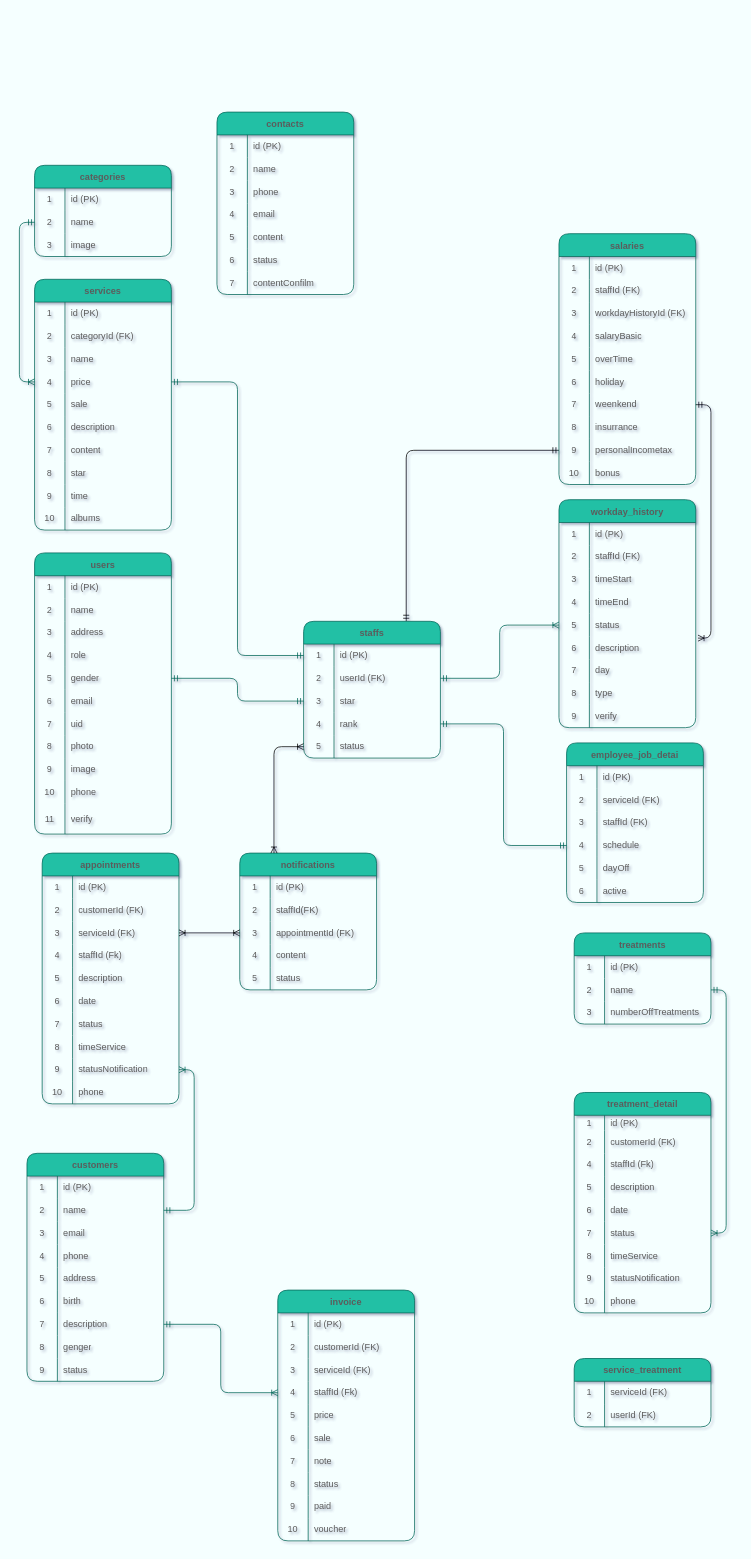
This is Diagram.drawio from Jarvis219/DATN_SERVER, a draw.io file, before an edit. Source tidied: cells renumbered, new cells numbered last; positions are measured from the earlier drawing's top-left corner, leaving out a move shared by most shapes. Both pictures are drawn from the tidied source at 76%, with x=0, y=0 at pixel (27, 112).
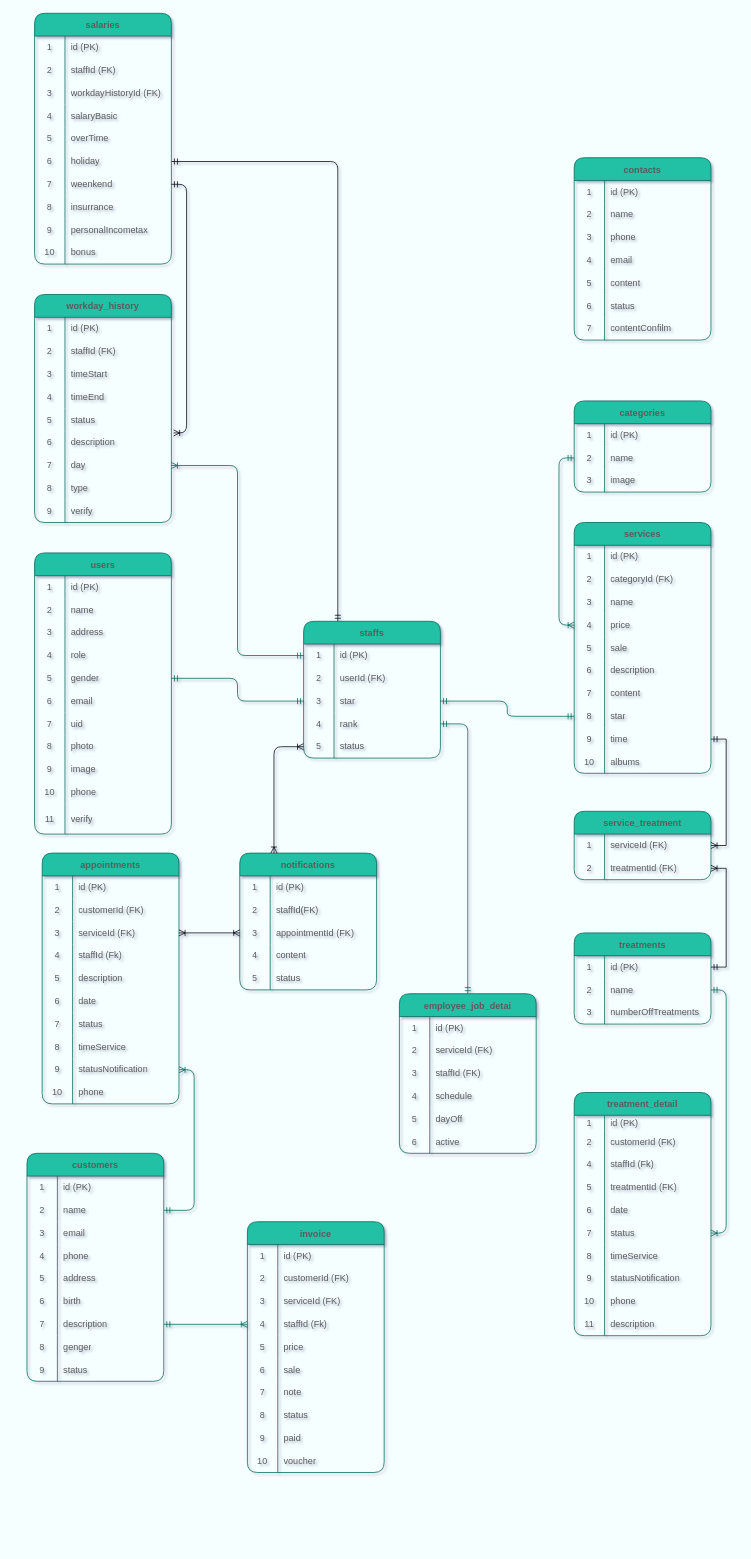
After the change.

Unchanged cells that the change refers to:
```xml
<mxCell id="37" value="staffs" style="shape=table;startSize=30;childLayout=tableLayout;rowLines=0;fontStyle=1;fillColor=#21C0A5;strokeColor=#006658;fontColor=#5C5C5C;rounded=1;" parent="1" vertex="1">
  <mxGeometry x="364" y="670" width="180" height="180" as="geometry" />
</mxCell>
<mxCell id="38" style="shape=tableRow;horizontal=0;startSize=0;swimlaneHead=0;swimlaneBody=0;top=0;left=0;bottom=0;right=0;fillColor=none;points=[[0,0.5],[1,0.5]];portConstraint=eastwest;strokeColor=#006658;fontColor=#5C5C5C;rounded=1;" parent="37" vertex="1">
  <mxGeometry y="30" width="180" height="30" as="geometry" />
</mxCell>
<mxCell id="41" style="shape=tableRow;horizontal=0;startSize=0;swimlaneHead=0;swimlaneBody=0;top=0;left=0;bottom=0;right=0;fillColor=none;points=[[0,0.5],[1,0.5]];portConstraint=eastwest;strokeColor=#006658;fontColor=#5C5C5C;rounded=1;" parent="37" vertex="1">
  <mxGeometry y="60" width="180" height="30" as="geometry" />
</mxCell>
<mxCell id="44" style="shape=tableRow;horizontal=0;startSize=0;swimlaneHead=0;swimlaneBody=0;top=0;left=0;bottom=0;right=0;fillColor=none;points=[[0,0.5],[1,0.5]];portConstraint=eastwest;strokeColor=#006658;fontColor=#5C5C5C;rounded=1;" parent="37" vertex="1">
  <mxGeometry y="90" width="180" height="30" as="geometry" />
</mxCell>
<mxCell id="47" style="shape=tableRow;horizontal=0;startSize=0;swimlaneHead=0;swimlaneBody=0;top=0;left=0;bottom=0;right=0;fillColor=none;points=[[0,0.5],[1,0.5]];portConstraint=eastwest;strokeColor=#006658;fontColor=#5C5C5C;rounded=1;" parent="37" vertex="1">
  <mxGeometry y="120" width="180" height="30" as="geometry" />
</mxCell>
<mxCell id="66" style="shape=tableRow;horizontal=0;startSize=0;swimlaneHead=0;swimlaneBody=0;top=0;left=0;bottom=0;right=0;fillColor=none;points=[[0,0.5],[1,0.5]];portConstraint=eastwest;strokeColor=#006658;fontColor=#5C5C5C;rounded=1;" parent="53" vertex="1">
  <mxGeometry y="150" width="180" height="30" as="geometry" />
</mxCell>
<mxCell id="72" style="shape=tableRow;horizontal=0;startSize=0;swimlaneHead=0;swimlaneBody=0;top=0;left=0;bottom=0;right=0;fillColor=none;points=[[0,0.5],[1,0.5]];portConstraint=eastwest;strokeColor=#006658;fontColor=#5C5C5C;rounded=1;" parent="53" vertex="1">
  <mxGeometry y="210" width="180" height="30" as="geometry" />
</mxCell>
<mxCell id="93" style="shape=tableRow;horizontal=0;startSize=0;swimlaneHead=0;swimlaneBody=0;top=0;left=0;bottom=0;right=0;fillColor=none;points=[[0,0.5],[1,0.5]];portConstraint=eastwest;strokeColor=#006658;fontColor=#5C5C5C;rounded=1;" parent="83" vertex="1">
  <mxGeometry y="120" width="180" height="30" as="geometry" />
</mxCell>
<mxCell id="113" style="shape=tableRow;horizontal=0;startSize=0;swimlaneHead=0;swimlaneBody=0;top=0;left=0;bottom=0;right=0;fillColor=none;points=[[0,0.5],[1,0.5]];portConstraint=eastwest;strokeColor=#006658;fontColor=#5C5C5C;rounded=1;" parent="103" vertex="1">
  <mxGeometry y="120" width="180" height="30" as="geometry" />
</mxCell>
<mxCell id="125" style="shape=tableRow;horizontal=0;startSize=0;swimlaneHead=0;swimlaneBody=0;top=0;left=0;bottom=0;right=0;fillColor=none;points=[[0,0.5],[1,0.5]];portConstraint=eastwest;strokeColor=#006658;fontColor=#5C5C5C;rounded=1;" parent="103" vertex="1">
  <mxGeometry y="240" width="180" height="30" as="geometry" />
</mxCell>
<mxCell id="128" style="shape=tableRow;horizontal=0;startSize=0;swimlaneHead=0;swimlaneBody=0;top=0;left=0;bottom=0;right=0;fillColor=none;points=[[0,0.5],[1,0.5]];portConstraint=eastwest;strokeColor=#006658;fontColor=#5C5C5C;rounded=1;" parent="103" vertex="1">
  <mxGeometry y="270" width="180" height="30" as="geometry" />
</mxCell>
<mxCell id="239" style="shape=tableRow;horizontal=0;startSize=0;swimlaneHead=0;swimlaneBody=0;top=0;left=0;bottom=0;right=0;fillColor=none;points=[[0,0.5],[1,0.5]];portConstraint=eastwest;strokeColor=#006658;fontColor=#5C5C5C;rounded=1;" parent="238" vertex="1">
  <mxGeometry y="30" width="180" height="30" as="geometry" />
</mxCell>
<mxCell id="258" style="shape=tableRow;horizontal=0;startSize=0;swimlaneHead=0;swimlaneBody=0;top=0;left=0;bottom=0;right=0;fillColor=none;strokeColor=#006658;fontColor=#5C5C5C;rounded=1;" parent="248" vertex="1">
  <mxGeometry y="110" width="180" height="30" as="geometry" />
</mxCell>
<mxCell id="277" style="shape=tableRow;horizontal=0;startSize=0;swimlaneHead=0;swimlaneBody=0;top=0;left=0;bottom=0;right=0;fillColor=none;points=[[0,0.5],[1,0.5]];portConstraint=eastwest;strokeColor=#006658;fontColor=#5C5C5C;rounded=1;" parent="276" vertex="1">
  <mxGeometry y="30" width="180" height="30" as="geometry" />
</mxCell>
<mxCell id="280" style="shape=tableRow;horizontal=0;startSize=0;swimlaneHead=0;swimlaneBody=0;top=0;left=0;bottom=0;right=0;fillColor=none;points=[[0,0.5],[1,0.5]];portConstraint=eastwest;strokeColor=#006658;fontColor=#5C5C5C;rounded=1;" parent="276" vertex="1">
  <mxGeometry y="60" width="180" height="30" as="geometry" />
</mxCell>
<mxCell id="340" style="shape=tableRow;horizontal=0;startSize=0;swimlaneHead=0;swimlaneBody=0;top=0;left=0;bottom=0;right=0;fillColor=none;points=[[0,0.5],[1,0.5]];portConstraint=eastwest;strokeColor=#006658;fontColor=#5C5C5C;rounded=1;" parent="324" vertex="1">
  <mxGeometry y="180" width="180" height="30" as="geometry" />
</mxCell>
<mxCell id="349" style="shape=tableRow;horizontal=0;startSize=0;swimlaneHead=0;swimlaneBody=0;top=0;left=0;bottom=0;right=0;fillColor=none;points=[[0,0.5],[1,0.5]];portConstraint=eastwest;strokeColor=#006658;fontColor=#5C5C5C;rounded=1;" parent="324" vertex="1">
  <mxGeometry y="270" width="180" height="30" as="geometry" />
</mxCell>
```

Change to the diagram source:
```diff
@@
-    <mxCell id="36" style="edgeStyle=orthogonalEdgeStyle;rounded=1;jettySize=auto;html=1;exitX=0.75;exitY=0;exitDx=0;exitDy=0;entryX=0;entryY=0.5;entryDx=0;entryDy=0;startArrow=ERmandOne;startFill=0;endArrow=ERmandOne;endFill=0;" parent="1" edge="1" source="37" target="349">
+    <mxCell id="36" style="edgeStyle=orthogonalEdgeStyle;rounded=1;jettySize=auto;html=1;exitX=0.25;exitY=0;exitDx=0;exitDy=0;entryX=1;entryY=0.5;entryDx=0;entryDy=0;startArrow=ERmandOne;startFill=0;endArrow=ERmandOne;endFill=0;" parent="1" edge="1" source="37" target="340">
       <mxGeometry relative="1" as="geometry" />
     </mxCell>
@@
     <mxCell id="53" value="workday_history" style="shape=table;startSize=30;childLayout=tableLayout;rowLines=0;fontStyle=1;fillColor=#21C0A5;strokeColor=#006658;fontColor=#5C5C5C;rounded=1;" parent="1" vertex="1">
-      <mxGeometry x="700" y="510" width="180" height="300" as="geometry" />
+      <mxGeometry x="10" y="240" width="180" height="300" as="geometry" />
     </mxCell>
@@
-    <mxCell id="82" style="edgeStyle=orthogonalEdgeStyle;jettySize=auto;html=1;exitX=1;exitY=0.5;exitDx=0;exitDy=0;entryX=0;entryY=0.5;entryDx=0;entryDy=0;startArrow=ERmandOne;startFill=0;endArrow=ERoneToMany;endFill=0;strokeColor=#006658;fontColor=#5C5C5C;" parent="1" edge="1" source="41" target="66">
+    <mxCell id="82" style="edgeStyle=orthogonalEdgeStyle;jettySize=auto;html=1;exitX=0;exitY=0.5;exitDx=0;exitDy=0;entryX=1;entryY=0.5;entryDx=0;entryDy=0;startArrow=ERmandOne;startFill=0;endArrow=ERoneToMany;endFill=0;strokeColor=#006658;fontColor=#5C5C5C;" parent="1" edge="1" source="38" target="72">
       <mxGeometry relative="1" as="geometry" />
     </mxCell>
     <mxCell id="83" value="employee_job_detai" style="shape=table;startSize=30;childLayout=tableLayout;rowLines=0;fontStyle=1;fillColor=#21C0A5;strokeColor=#006658;fontColor=#5C5C5C;rounded=1;" parent="1" vertex="1">
-      <mxGeometry x="710" y="830" width="180" height="210" as="geometry" />
+      <mxGeometry x="490" y="1160" width="180" height="210" as="geometry" />
     </mxCell>
@@
-    <mxCell id="102" style="edgeStyle=orthogonalEdgeStyle;jettySize=auto;html=1;exitX=1;exitY=0.5;exitDx=0;exitDy=0;entryX=0;entryY=0.5;entryDx=0;entryDy=0;startArrow=ERmandOne;startFill=0;endArrow=ERmandOne;endFill=0;strokeColor=#006658;fontColor=#5C5C5C;" parent="1" edge="1" source="47" target="93">
+    <mxCell id="102" style="edgeStyle=orthogonalEdgeStyle;jettySize=auto;html=1;exitX=1;exitY=0.5;exitDx=0;exitDy=0;startArrow=ERmandOne;startFill=0;endArrow=ERmandOne;endFill=0;strokeColor=#006658;fontColor=#5C5C5C;" parent="1" edge="1" source="47" target="83">
       <mxGeometry relative="1" as="geometry" />
     </mxCell>
     <mxCell id="103" value="services" style="shape=table;startSize=30;childLayout=tableLayout;rowLines=0;fontStyle=1;fillColor=#21C0A5;strokeColor=#006658;fontColor=#5C5C5C;rounded=1;" parent="1" vertex="1">
-      <mxGeometry x="10" y="220" width="180" height="330" as="geometry" />
+      <mxGeometry x="720" y="540" width="180" height="330" as="geometry" />
     </mxCell>
@@
     <mxCell id="134" value="categories" style="shape=table;startSize=30;childLayout=tableLayout;rowLines=0;fontStyle=1;fillColor=#21C0A5;strokeColor=#006658;fontColor=#5C5C5C;rounded=1;" parent="1" vertex="1">
-      <mxGeometry x="10" y="70" width="180" height="120" as="geometry" />
+      <mxGeometry x="720" y="380" width="180" height="120" as="geometry" />
     </mxCell>
@@
-    <mxCell id="145" style="edgeStyle=orthogonalEdgeStyle;jettySize=auto;html=1;exitX=0;exitY=0.5;exitDx=0;exitDy=0;entryX=1;entryY=0.5;entryDx=0;entryDy=0;startArrow=ERmandOne;startFill=0;endArrow=ERmandOne;endFill=0;strokeColor=#006658;fontColor=#5C5C5C;" parent="1" edge="1" source="38" target="113">
+    <mxCell id="145" style="edgeStyle=orthogonalEdgeStyle;jettySize=auto;html=1;exitX=1;exitY=0.5;exitDx=0;exitDy=0;entryX=0;entryY=0.5;entryDx=0;entryDy=0;startArrow=ERmandOne;startFill=0;endArrow=ERmandOne;endFill=0;strokeColor=#006658;fontColor=#5C5C5C;" parent="1" edge="1" source="44" target="125">
       <mxGeometry relative="1" as="geometry" />
     </mxCell>
@@
     <mxCell id="206" value="invoice" style="shape=table;startSize=30;childLayout=tableLayout;rowLines=0;fontStyle=1;fillColor=#21C0A5;strokeColor=#006658;fontColor=#5C5C5C;rounded=1;" parent="1" vertex="1">
-      <mxGeometry x="330" y="1550" width="180" height="330" as="geometry" />
+      <mxGeometry x="290" y="1460" width="180" height="330" as="geometry" />
     </mxCell>
@@
     <mxCell id="248" value="treatment_detail" style="shape=table;startSize=30;childLayout=tableLayout;rowLines=0;fontStyle=1;fillColor=#21C0A5;strokeColor=#006658;fontColor=#5C5C5C;rounded=1;" parent="1" vertex="1">
-      <mxGeometry x="720" y="1290" width="180" height="290" as="geometry" />
+      <mxGeometry x="720" y="1290" width="180" height="320" as="geometry" />
     </mxCell>
@@
-    <mxCell id="260" value="description" style="shape=partialRectangle;html=1;whiteSpace=wrap;fillColor=none;top=0;left=0;bottom=0;right=0;align=left;spacingLeft=6;overflow=hidden;strokeColor=#006658;fontColor=#5C5C5C;rounded=1;" parent="258" vertex="1">
+    <mxCell id="260" value="treatmentId (FK)" style="shape=partialRectangle;html=1;whiteSpace=wrap;fillColor=none;top=0;left=0;bottom=0;right=0;align=left;spacingLeft=6;overflow=hidden;strokeColor=#006658;fontColor=#5C5C5C;rounded=1;" parent="258" vertex="1">
       <mxGeometry x="40" width="140" height="30" as="geometry" />
     </mxCell>
@@
+    <mxCell id="356" style="shape=tableRow;horizontal=0;startSize=0;swimlaneHead=0;swimlaneBody=0;top=0;left=0;bottom=0;right=0;fillColor=none;strokeColor=#006658;fontColor=#5C5C5C;rounded=1;" parent="248" vertex="1">
+      <mxGeometry y="290" width="180" height="30" as="geometry" />
+    </mxCell>
+    <mxCell id="357" value="11" style="shape=partialRectangle;html=1;whiteSpace=wrap;fillColor=none;top=0;left=0;bottom=0;right=0;overflow=hidden;strokeColor=#006658;fontColor=#5C5C5C;rounded=1;" parent="356" vertex="1">
+      <mxGeometry width="40" height="30" as="geometry" />
+    </mxCell>
+    <mxCell id="358" value="description" style="shape=partialRectangle;html=1;whiteSpace=wrap;fillColor=none;top=0;left=0;bottom=0;right=0;align=left;spacingLeft=6;overflow=hidden;strokeColor=#006658;fontColor=#5C5C5C;rounded=1;" parent="356" vertex="1">
+      <mxGeometry x="40" width="140" height="30" as="geometry" />
+    </mxCell>
     <mxCell id="276" value="service_treatment" style="shape=table;startSize=30;childLayout=tableLayout;rowLines=0;fontStyle=1;fillColor=#21C0A5;strokeColor=#006658;fontColor=#5C5C5C;rounded=1;" parent="1" vertex="1">
-      <mxGeometry x="720" y="1640" width="180" height="90" as="geometry" />
+      <mxGeometry x="720" y="920" width="180" height="90" as="geometry" />
     </mxCell>
@@
-    <mxCell id="282" value="userId (FK)" style="shape=partialRectangle;html=1;whiteSpace=wrap;fillColor=none;top=0;left=0;bottom=0;right=0;align=left;spacingLeft=6;overflow=hidden;strokeColor=#006658;fontColor=#5C5C5C;rounded=1;" parent="280" vertex="1">
+    <mxCell id="282" value="treatmentId (FK)" style="shape=partialRectangle;html=1;whiteSpace=wrap;fillColor=none;top=0;left=0;bottom=0;right=0;align=left;spacingLeft=6;overflow=hidden;strokeColor=#006658;fontColor=#5C5C5C;rounded=1;" parent="280" vertex="1">
       <mxGeometry x="40" width="140" height="30" as="geometry" />
     </mxCell>
@@
     <mxCell id="302" value="contacts" style="shape=table;startSize=30;childLayout=tableLayout;rowLines=0;fontStyle=1;fillColor=#21C0A5;strokeColor=#006658;fontColor=#5C5C5C;rounded=1;" parent="1" vertex="1">
-      <mxGeometry x="250" width="180" height="240" as="geometry" />
+      <mxGeometry x="720" y="60" width="180" height="240" as="geometry" />
     </mxCell>
@@
     <mxCell id="324" value="salaries" style="shape=table;startSize=30;childLayout=tableLayout;rowLines=0;fontStyle=1;fillColor=#21C0A5;strokeColor=#006658;fontColor=#5C5C5C;rounded=1;" parent="1" vertex="1">
-      <mxGeometry x="700" y="160" width="180" height="330" as="geometry" />
+      <mxGeometry x="10" y="-130" width="180" height="330" as="geometry" />
     </mxCell>
@@
+    <mxCell id="359" style="edgeStyle=orthogonalEdgeStyle;rounded=0;jettySize=auto;html=1;exitX=1;exitY=0.5;exitDx=0;exitDy=0;entryX=1;entryY=0.5;entryDx=0;entryDy=0;startArrow=ERoneToMany;startFill=0;endArrow=ERmandOne;endFill=0;" parent="1" edge="1" source="280" target="239">
+      <mxGeometry relative="1" as="geometry" />
+    </mxCell>
+    <mxCell id="360" style="edgeStyle=orthogonalEdgeStyle;rounded=0;jettySize=auto;html=1;exitX=1;exitY=0.5;exitDx=0;exitDy=0;entryX=1;entryY=0.5;entryDx=0;entryDy=0;startArrow=ERmandOne;startFill=0;endArrow=ERoneToMany;endFill=0;" parent="1" edge="1" source="128" target="277">
+      <mxGeometry relative="1" as="geometry" />
+    </mxCell>
```
